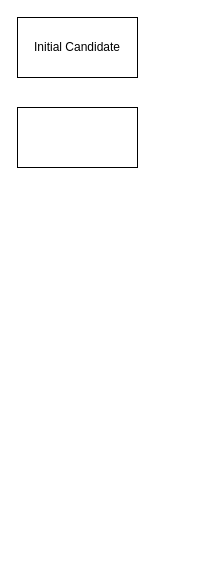
Above: PipelineBreakDown.drawio in WeakKnight/VPLPapers (draw.io), before the change. Source tidied: cells renumbered, new cells numbered last; positions are measured from the earlier drawing's top-left corner, leaving out a move shared by most shapes. Both pictures are drawn from the tidied source at 100%, with x=0, y=0 at pixel (17, 17).
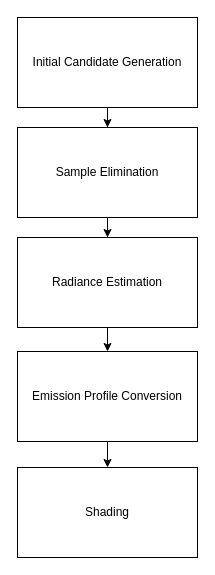
The same page after the edit.

What changed in the source:
```diff
@@
 <mxGraphModel>
   <root>
     <mxCell id="0" />
     <mxCell id="1" parent="0" />
-    <mxCell id="2" style="rounded=0;whiteSpace=wrap;html=1;" parent="1" vertex="1">
-      <mxGeometry y="90" width="120" height="60" as="geometry" />
-    </mxCell>
+    <mxCell id="4" style="edgeStyle=orthogonalEdgeStyle;rounded=0;jettySize=auto;html=1;" parent="1" edge="1" source="3" target="6">
+      <mxGeometry relative="1" as="geometry" />
+    </mxCell>
-    <mxCell id="3" value="Initial Candidate" style="rounded=0;whiteSpace=wrap;html=1;" parent="1" vertex="1">
-      <mxGeometry width="120" height="60" as="geometry" />
+    <mxCell id="3" value="Initial Candidate Generation" style="rounded=0;whiteSpace=wrap;html=1;" parent="1" vertex="1">
+      <mxGeometry width="180" height="90" as="geometry" />
     </mxCell>
+    <mxCell id="5" style="edgeStyle=orthogonalEdgeStyle;rounded=0;jettySize=auto;html=1;" parent="1" edge="1" source="6" target="8">
+      <mxGeometry relative="1" as="geometry" />
+    </mxCell>
+    <mxCell id="6" value="&lt;span&gt;Sample Elimination&lt;/span&gt;" style="whiteSpace=wrap;html=1;rounded=0;" parent="1" vertex="1">
+      <mxGeometry y="110" width="180" height="90" as="geometry" />
+    </mxCell>
+    <mxCell id="7" style="edgeStyle=orthogonalEdgeStyle;rounded=0;jettySize=auto;html=1;" parent="1" edge="1" source="8" target="10">
+      <mxGeometry relative="1" as="geometry" />
+    </mxCell>
+    <mxCell id="8" value="Radiance Estimation" style="whiteSpace=wrap;html=1;rounded=0;" parent="1" vertex="1">
+      <mxGeometry y="220" width="180" height="90" as="geometry" />
+    </mxCell>
+    <mxCell id="9" style="edgeStyle=orthogonalEdgeStyle;rounded=0;jettySize=auto;html=1;" parent="1" edge="1" source="10" target="11">
+      <mxGeometry relative="1" as="geometry" />
+    </mxCell>
+    <mxCell id="10" value="Emission Profile Conversion" style="whiteSpace=wrap;html=1;rounded=0;" parent="1" vertex="1">
+      <mxGeometry y="334" width="180" height="90" as="geometry" />
+    </mxCell>
+    <mxCell id="11" value="Shading" style="whiteSpace=wrap;html=1;rounded=0;" parent="1" vertex="1">
+      <mxGeometry y="450" width="180" height="90" as="geometry" />
+    </mxCell>
   </root>
 </mxGraphModel>
```
